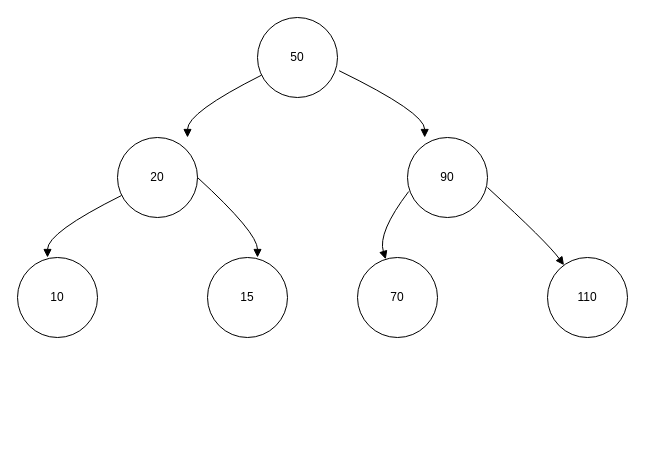
Before: Trees/bst.drawio in amantiwari8861/Data_Structure_and_algorithm_with_C, a draw.io diagram. Source tidied: cells renumbered, new cells numbered last; positions are measured from the earlier drawing's top-left corner, leaving out a move shared by most shapes. Both pictures are drawn from the tidied source at 100%, with x=0, y=0 at pixel (17, 17).
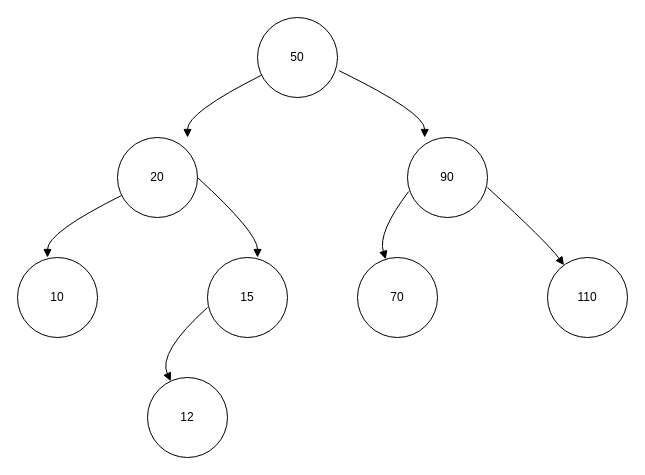
The same diagram, later.

Unchanged cells that the change refers to:
```xml
<mxCell id="7" value="15" style="ellipse;whiteSpace=wrap;html=1;" parent="1" vertex="1">
  <mxGeometry x="190" y="240" width="80" height="80" as="geometry" />
</mxCell>
```

Diff of the diagram source:
```diff
@@
+    <mxCell id="15" value="12" style="ellipse;whiteSpace=wrap;html=1;" parent="1" vertex="1">
+      <mxGeometry x="130" y="360" width="80" height="80" as="geometry" />
+    </mxCell>
+    <mxCell id="16" style="curved=1;startArrow=none;endArrow=block;exitX=0;exitY=0.625;exitDx=0;exitDy=0;exitPerimeter=0;" parent="1" edge="1" source="7" target="15">
+      <mxGeometry relative="1" as="geometry">
+        <Array as="points">
+          <mxPoint x="140" y="335" />
+        </Array>
+      </mxGeometry>
+    </mxCell>
```
